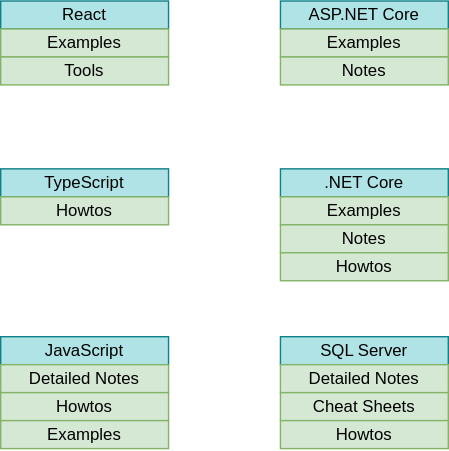
Above: Diagram.svg in kennyrnwilson/kennyrnwilson.github.io (draw.io), before the change. Source tidied: cells renumbered, new cells last; positions are measured from the earlier drawing's top-left corner, leaving out a move shared by most shapes.
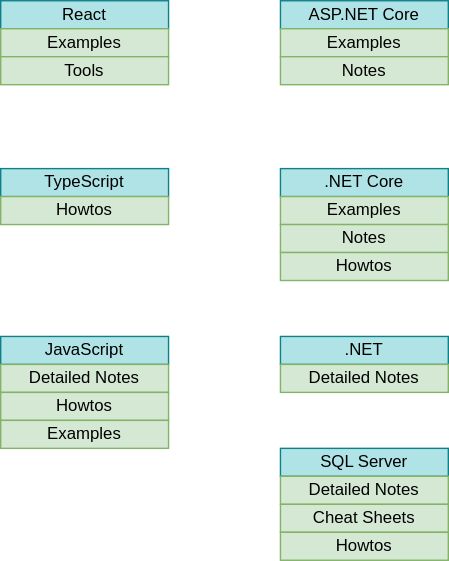
Later version of the same file.

Diff of the diagram source:
```diff
@@ -3,16 +3,16 @@
     <mxCell id="0" />
     <mxCell id="1" parent="0" />
     <mxCell id="2" value="&lt;a href=&quot;https://bitbucket.org/kennyrnwilson/sqlserverbasics/src/master/README.md&quot;&gt;SQL Server&lt;/a&gt;" style="rounded=0;whiteSpace=wrap;html=1;fillColor=#b0e3e6;strokeColor=#0e8088;" parent="1" vertex="1">
-      <mxGeometry x="200" y="240" width="120" height="20" as="geometry" />
+      <mxGeometry x="200" y="320" width="120" height="20" as="geometry" />
     </mxCell>
     <mxCell id="3" value="&lt;a href=&quot;https://bitbucket.org/kennyrnwilson/sqlserverbasics/src/master/docs/notes/notes.md&quot;&gt;Detailed Notes&lt;/a&gt;" style="rounded=0;whiteSpace=wrap;html=1;fillColor=#d5e8d4;strokeColor=#82b366;" parent="1" vertex="1">
-      <mxGeometry x="200" y="260" width="120" height="20" as="geometry" />
+      <mxGeometry x="200" y="340" width="120" height="20" as="geometry" />
     </mxCell>
     <mxCell id="4" value="&lt;a href=&quot;https://bitbucket.org/kennyrnwilson/sqlserverbasics/src/docs/cheatsheets/cheatsheets.md&quot;&gt;Cheat Sheets&lt;/a&gt;" style="rounded=0;whiteSpace=wrap;html=1;fillColor=#d5e8d4;strokeColor=#82b366;" parent="1" vertex="1">
-      <mxGeometry x="200" y="280" width="120" height="20" as="geometry" />
+      <mxGeometry x="200" y="360" width="120" height="20" as="geometry" />
     </mxCell>
     <mxCell id="5" value="&lt;a href=&quot;https://bitbucket.org/kennyrnwilson/sqlserverbasics/src/master/howtos/howtos.md&quot;&gt;Howtos&lt;/a&gt;" style="rounded=0;whiteSpace=wrap;html=1;fillColor=#d5e8d4;strokeColor=#82b366;" parent="1" vertex="1">
-      <mxGeometry x="200" y="300" width="120" height="20" as="geometry" />
+      <mxGeometry x="200" y="380" width="120" height="20" as="geometry" />
     </mxCell>
     <mxCell id="6" value="&lt;a href=&quot;https://github.com/kennyrnwilson/aspdotnetcore&quot;&gt;ASP.NET Core&lt;/a&gt;" style="rounded=0;whiteSpace=wrap;html=1;fillColor=#b0e3e6;strokeColor=#0e8088;" parent="1" vertex="1">
       <mxGeometry x="200" width="120" height="20" as="geometry" />
@@ -62,5 +62,11 @@
     <mxCell id="21" value="&lt;a href=&quot;https://github.com/kennyrnwilson/typescript/blob/master/docs/howtos/README.MD&quot;&gt;Howtos&lt;/a&gt;" style="rounded=0;whiteSpace=wrap;html=1;fillColor=#d5e8d4;strokeColor=#82b366;" parent="1" vertex="1">
       <mxGeometry y="140" width="120" height="20" as="geometry" />
     </mxCell>
+    <mxCell id="22" value="&lt;a href=&quot;https://github.com/kennyrnwilson/dotnet&quot;&gt;.NET&lt;/a&gt;" style="rounded=0;whiteSpace=wrap;html=1;fillColor=#b0e3e6;strokeColor=#0e8088;" parent="1" vertex="1">
+      <mxGeometry x="200" y="240" width="120" height="20" as="geometry" />
+    </mxCell>
+    <mxCell id="23" value="&lt;a href=&quot;https://github.com/kennyrnwilson/dotnet/blob/main/docs/notes/README.MD&quot;&gt;Detailed Notes&lt;/a&gt;" style="rounded=0;whiteSpace=wrap;html=1;fillColor=#d5e8d4;strokeColor=#82b366;" parent="1" vertex="1">
+      <mxGeometry x="200" y="260" width="120" height="20" as="geometry" />
+    </mxCell>
   </root>
 </mxGraphModel>
```
